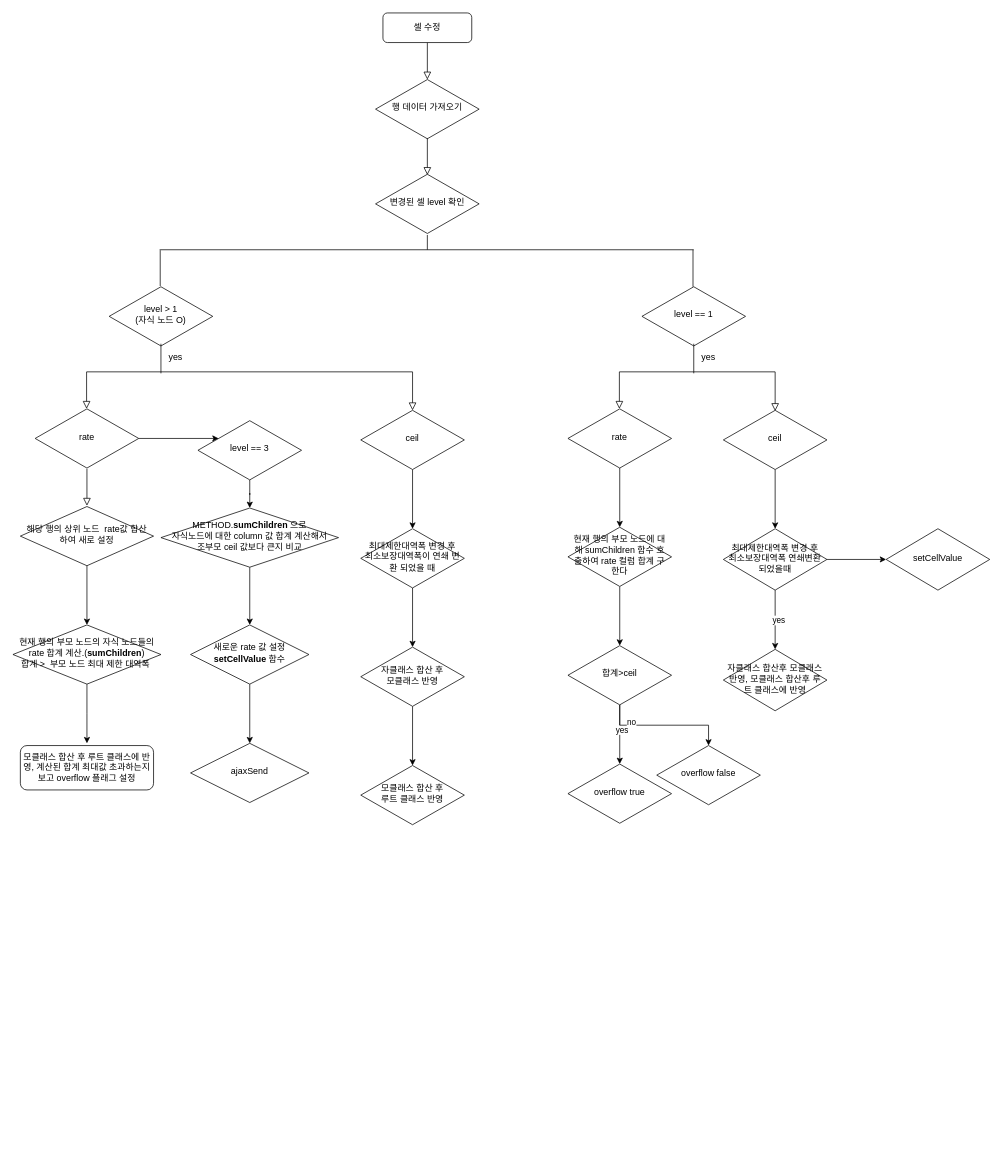
Before: afterSaveCell.drawio in MJKOOTHEFIRST/local1, a draw.io diagram. Source tidied: cells renumbered, new cells numbered last; positions are measured from the earlier drawing's top-left corner, leaving out a move shared by most shapes. Both pictures are drawn from the tidied source at 74%, with x=0, y=0 at pixel (13, 13).
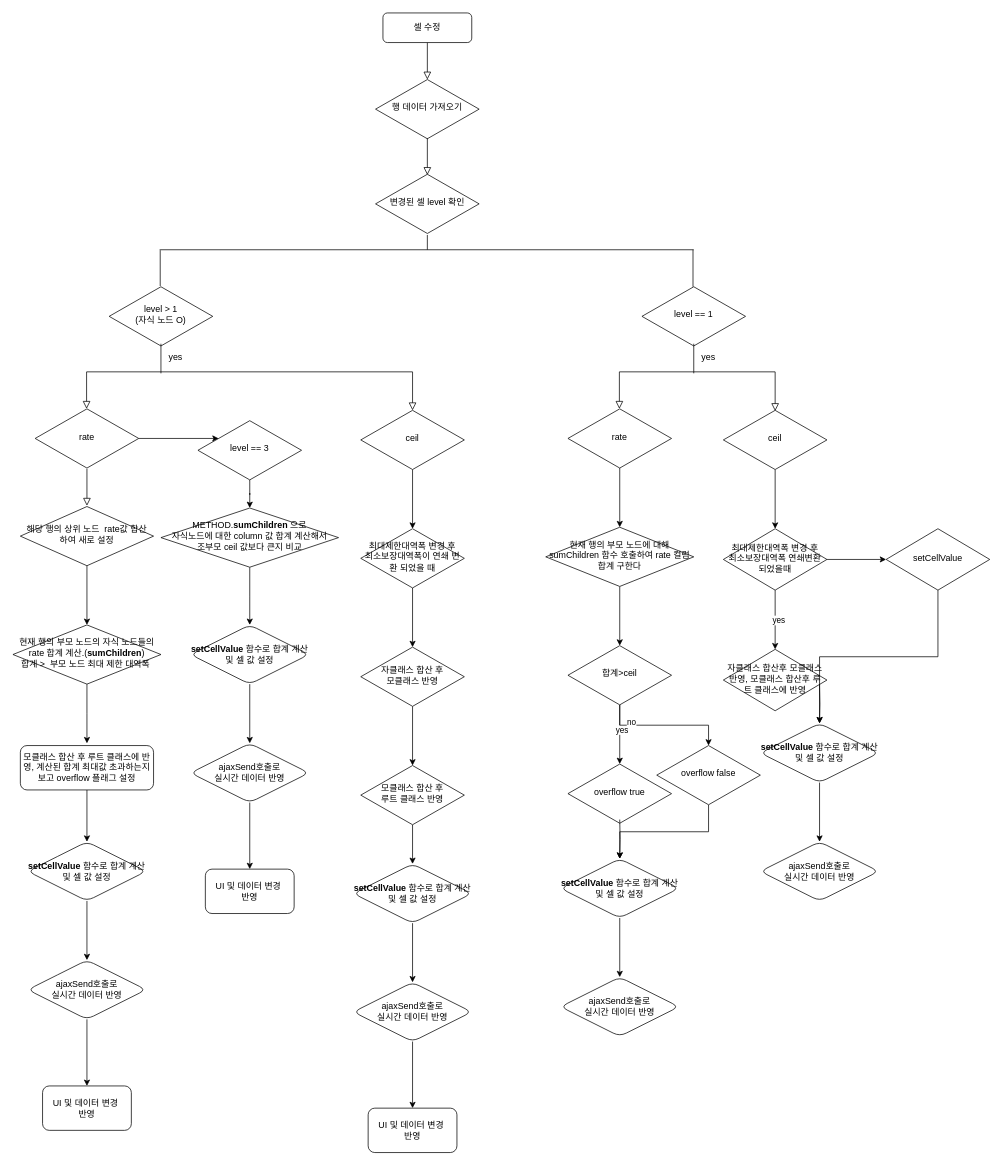
After the change.

Unchanged cells that the change refers to:
```xml
<mxCell id="23" value="METHOD.&lt;b&gt;sumChildren&lt;/b&gt; 으로 &lt;br&gt;자식노드에 대한 column 값 합계 계산해서 &lt;br&gt;조부모 ceil 값보다 큰지 비교" style="rhombus;whiteSpace=wrap;html=1;shadow=0;fontFamily=Helvetica;fontSize=12;align=center;strokeWidth=1;spacing=6;spacingTop=-4;" parent="1" vertex="1">
  <mxGeometry x="200" y="669" width="240" height="80" as="geometry" />
</mxCell>
<mxCell id="34" value="모클래스 합산 후 루트 클래스에 반영, 계산된 합계 최대값 초과하는지 보고 overflow 플래그 설정" style="rounded=1;whiteSpace=wrap;html=1;" parent="1" vertex="1">
  <mxGeometry x="10" y="990" width="180" height="60" as="geometry" />
</mxCell>
<mxCell id="47" value="overflow false" style="rhombus;whiteSpace=wrap;html=1;shadow=0;fontFamily=Helvetica;fontSize=12;align=center;strokeWidth=1;spacing=6;spacingTop=-4;" parent="1" vertex="1">
  <mxGeometry x="870" y="990" width="140" height="80" as="geometry" />
</mxCell>
<mxCell id="53" value="setCellValue" style="rhombus;whiteSpace=wrap;html=1;shadow=0;fontFamily=Helvetica;fontSize=12;align=center;strokeWidth=1;spacing=6;spacingTop=-4;" parent="1" vertex="1">
  <mxGeometry x="1180" y="697" width="140" height="83" as="geometry" />
</mxCell>
<mxCell id="60" value="모클래스 합산 후 &lt;br&gt;루트 클래스 반영" style="rhombus;whiteSpace=wrap;html=1;shadow=0;fontFamily=Helvetica;fontSize=12;align=center;strokeWidth=1;spacing=6;spacingTop=-4;" parent="1" vertex="1">
  <mxGeometry x="470" y="1017" width="140" height="80" as="geometry" />
</mxCell>
```

Diff of the diagram source:
```diff
@@
-    <mxCell id="22" style="edgeStyle=orthogonalEdgeStyle;rounded=0;jettySize=auto;html=1;" parent="1" edge="1" source="23" target="38">
-      <mxGeometry relative="1" as="geometry" />
+    <mxCell id="22" style="edgeStyle=orthogonalEdgeStyle;rounded=0;jettySize=auto;html=1;" parent="1" edge="1" source="23">
+      <mxGeometry relative="1" as="geometry">
+        <mxPoint x="320" y="827" as="targetPoint" />
+      </mxGeometry>
     </mxCell>
@@
+    <mxCell id="62" style="edgeStyle=orthogonalEdgeStyle;rounded=0;jettySize=auto;html=1;" parent="1" edge="1" source="34" target="67">
+      <mxGeometry relative="1" as="geometry" />
+    </mxCell>
@@
-    <mxCell id="37" style="edgeStyle=orthogonalEdgeStyle;rounded=0;jettySize=auto;html=1;" parent="1" edge="1" source="38" target="61">
-      <mxGeometry relative="1" as="geometry" />
-    </mxCell>
-    <mxCell id="38" value="새로운 rate 값 설정&lt;br&gt;&lt;b&gt;setCellValue&lt;/b&gt; 함수" style="rhombus;whiteSpace=wrap;html=1;shadow=0;fontFamily=Helvetica;fontSize=12;align=center;strokeWidth=1;spacing=6;spacingTop=-4;" parent="1" vertex="1">
-      <mxGeometry x="240" y="827" width="160" height="80" as="geometry" />
-    </mxCell>
@@
     <mxCell id="40" value="현재 행의 부모 노드에 대해 sumChildren 함수 호출하여 rate 컬럼 합계 구한다" style="rhombus;whiteSpace=wrap;html=1;shadow=0;fontFamily=Helvetica;fontSize=12;align=center;strokeWidth=1;spacing=6;spacingTop=-4;" parent="1" vertex="1">
-      <mxGeometry x="750" y="695" width="140" height="80" as="geometry" />
+      <mxGeometry x="720" y="695" width="200" height="80" as="geometry" />
     </mxCell>
@@
+    <mxCell id="63" style="edgeStyle=orthogonalEdgeStyle;rounded=0;jettySize=auto;html=1;" parent="1" edge="1" source="47" target="83">
+      <mxGeometry relative="1" as="geometry" />
+    </mxCell>
@@
+    <mxCell id="64" style="edgeStyle=orthogonalEdgeStyle;rounded=0;jettySize=auto;html=1;exitX=0.5;exitY=1;exitDx=0;exitDy=0;" parent="1" edge="1" source="53" target="87">
+      <mxGeometry relative="1" as="geometry" />
+    </mxCell>
@@
+    <mxCell id="65" style="edgeStyle=orthogonalEdgeStyle;rounded=0;jettySize=auto;html=1;" parent="1" edge="1" source="60" target="77">
+      <mxGeometry relative="1" as="geometry" />
+    </mxCell>
@@
-    <mxCell id="61" value="ajaxSend" style="rhombus;whiteSpace=wrap;html=1;shadow=0;fontFamily=Helvetica;fontSize=12;align=center;strokeWidth=1;spacing=6;spacingTop=-4;" parent="1" vertex="1">
-      <mxGeometry x="240" y="987" width="160" height="80" as="geometry" />
-    </mxCell>
+    <mxCell id="66" style="edgeStyle=orthogonalEdgeStyle;rounded=0;jettySize=auto;html=1;" parent="1" edge="1" source="67" target="69">
+      <mxGeometry relative="1" as="geometry" />
+    </mxCell>
+    <mxCell id="67" value="&lt;b&gt;setCellValue&lt;/b&gt; 함수로 합계 계산 및 셀 값 설정" style="rhombus;whiteSpace=wrap;html=1;rounded=1;" parent="1" vertex="1">
+      <mxGeometry x="20" y="1120" width="160" height="80" as="geometry" />
+    </mxCell>
+    <mxCell id="68" style="edgeStyle=orthogonalEdgeStyle;rounded=0;jettySize=auto;html=1;" parent="1" edge="1" source="69" target="70">
+      <mxGeometry relative="1" as="geometry" />
+    </mxCell>
+    <mxCell id="69" value="ajaxSend호출로&lt;br&gt;실시간 데이터 반영" style="rhombus;whiteSpace=wrap;html=1;rounded=1;" parent="1" vertex="1">
+      <mxGeometry x="20" y="1280" width="160" height="80" as="geometry" />
+    </mxCell>
+    <mxCell id="70" value="UI 및 데이터 변경&amp;nbsp;&lt;br&gt;반영" style="rounded=1;whiteSpace=wrap;html=1;" parent="1" vertex="1">
+      <mxGeometry x="40" y="1450" width="120" height="60" as="geometry" />
+    </mxCell>
+    <mxCell id="71" style="edgeStyle=orthogonalEdgeStyle;rounded=0;jettySize=auto;html=1;" parent="1" edge="1" source="72" target="74">
+      <mxGeometry relative="1" as="geometry" />
+    </mxCell>
+    <mxCell id="72" value="&lt;b&gt;setCellValue&lt;/b&gt; 함수로 합계 계산 및 셀 값 설정" style="rhombus;whiteSpace=wrap;html=1;rounded=1;" parent="1" vertex="1">
+      <mxGeometry x="240" y="827" width="160" height="80" as="geometry" />
+    </mxCell>
+    <mxCell id="73" style="edgeStyle=orthogonalEdgeStyle;rounded=0;jettySize=auto;html=1;" parent="1" edge="1" source="74" target="75">
+      <mxGeometry relative="1" as="geometry" />
+    </mxCell>
+    <mxCell id="74" value="ajaxSend호출로&lt;br&gt;실시간 데이터 반영" style="rhombus;whiteSpace=wrap;html=1;rounded=1;" parent="1" vertex="1">
+      <mxGeometry x="240" y="987" width="160" height="80" as="geometry" />
+    </mxCell>
+    <mxCell id="75" value="UI 및 데이터 변경&amp;nbsp;&lt;br&gt;반영" style="rounded=1;whiteSpace=wrap;html=1;" parent="1" vertex="1">
+      <mxGeometry x="260" y="1157" width="120" height="60" as="geometry" />
+    </mxCell>
+    <mxCell id="76" style="edgeStyle=orthogonalEdgeStyle;rounded=0;jettySize=auto;html=1;" parent="1" edge="1" source="77" target="79">
+      <mxGeometry relative="1" as="geometry" />
+    </mxCell>
+    <mxCell id="77" value="&lt;b&gt;setCellValue&lt;/b&gt; 함수로 합계 계산 및 셀 값 설정" style="rhombus;whiteSpace=wrap;html=1;rounded=1;" parent="1" vertex="1">
+      <mxGeometry x="460" y="1150" width="160" height="80" as="geometry" />
+    </mxCell>
+    <mxCell id="78" style="edgeStyle=orthogonalEdgeStyle;rounded=0;jettySize=auto;html=1;" parent="1" edge="1" source="79" target="80">
+      <mxGeometry relative="1" as="geometry" />
+    </mxCell>
+    <mxCell id="79" value="ajaxSend호출로&lt;br&gt;실시간 데이터 반영" style="rhombus;whiteSpace=wrap;html=1;rounded=1;" parent="1" vertex="1">
+      <mxGeometry x="460" y="1310" width="160" height="80" as="geometry" />
+    </mxCell>
+    <mxCell id="80" value="UI 및 데이터 변경&amp;nbsp;&lt;br&gt;반영" style="rounded=1;whiteSpace=wrap;html=1;" parent="1" vertex="1">
+      <mxGeometry x="480" y="1480" width="120" height="60" as="geometry" />
+    </mxCell>
+    <mxCell id="81" style="edgeStyle=orthogonalEdgeStyle;rounded=0;jettySize=auto;html=1;" parent="1" edge="1" target="83">
+      <mxGeometry relative="1" as="geometry">
+        <mxPoint x="820" y="1090" as="sourcePoint" />
+      </mxGeometry>
+    </mxCell>
+    <mxCell id="82" style="edgeStyle=orthogonalEdgeStyle;rounded=0;jettySize=auto;html=1;" parent="1" edge="1" source="83" target="84">
+      <mxGeometry relative="1" as="geometry" />
+    </mxCell>
+    <mxCell id="83" value="&lt;b&gt;setCellValue&lt;/b&gt; 함수로 합계 계산 및 셀 값 설정" style="rhombus;whiteSpace=wrap;html=1;rounded=1;" parent="1" vertex="1">
+      <mxGeometry x="740" y="1143" width="160" height="80" as="geometry" />
+    </mxCell>
+    <mxCell id="84" value="ajaxSend호출로&lt;br&gt;실시간 데이터 반영" style="rhombus;whiteSpace=wrap;html=1;rounded=1;" parent="1" vertex="1">
+      <mxGeometry x="740" y="1303" width="160" height="80" as="geometry" />
+    </mxCell>
+    <mxCell id="85" style="edgeStyle=orthogonalEdgeStyle;rounded=0;jettySize=auto;html=1;" parent="1" edge="1" target="87">
+      <mxGeometry relative="1" as="geometry">
+        <mxPoint x="1090" y="907" as="sourcePoint" />
+      </mxGeometry>
+    </mxCell>
+    <mxCell id="86" style="edgeStyle=orthogonalEdgeStyle;rounded=0;jettySize=auto;html=1;" parent="1" edge="1" source="87" target="88">
+      <mxGeometry relative="1" as="geometry" />
+    </mxCell>
+    <mxCell id="87" value="&lt;b&gt;setCellValue&lt;/b&gt; 함수로 합계 계산 및 셀 값 설정" style="rhombus;whiteSpace=wrap;html=1;rounded=1;" parent="1" vertex="1">
+      <mxGeometry x="1010" y="960" width="160" height="80" as="geometry" />
+    </mxCell>
+    <mxCell id="88" value="ajaxSend호출로&lt;br&gt;실시간 데이터 반영" style="rhombus;whiteSpace=wrap;html=1;rounded=1;" parent="1" vertex="1">
+      <mxGeometry x="1010" y="1120" width="160" height="80" as="geometry" />
+    </mxCell>
```
